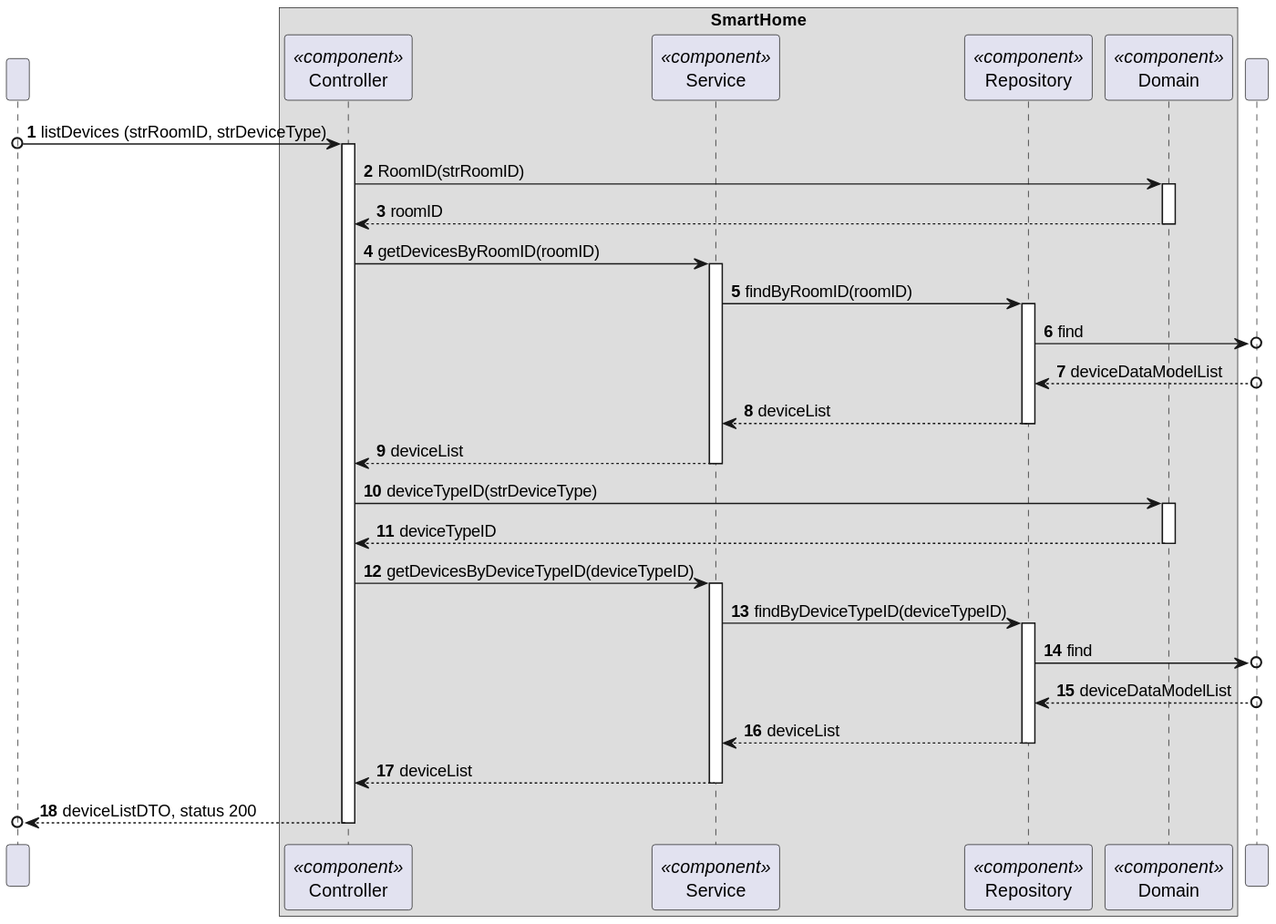
moutajDev/smarthome keeps this PlantUML diagram as docs/C4_4plus1_models/Level4/ProcessView/ProcessViewLevel4_UC12_v1.svg. Above is the earlier version.
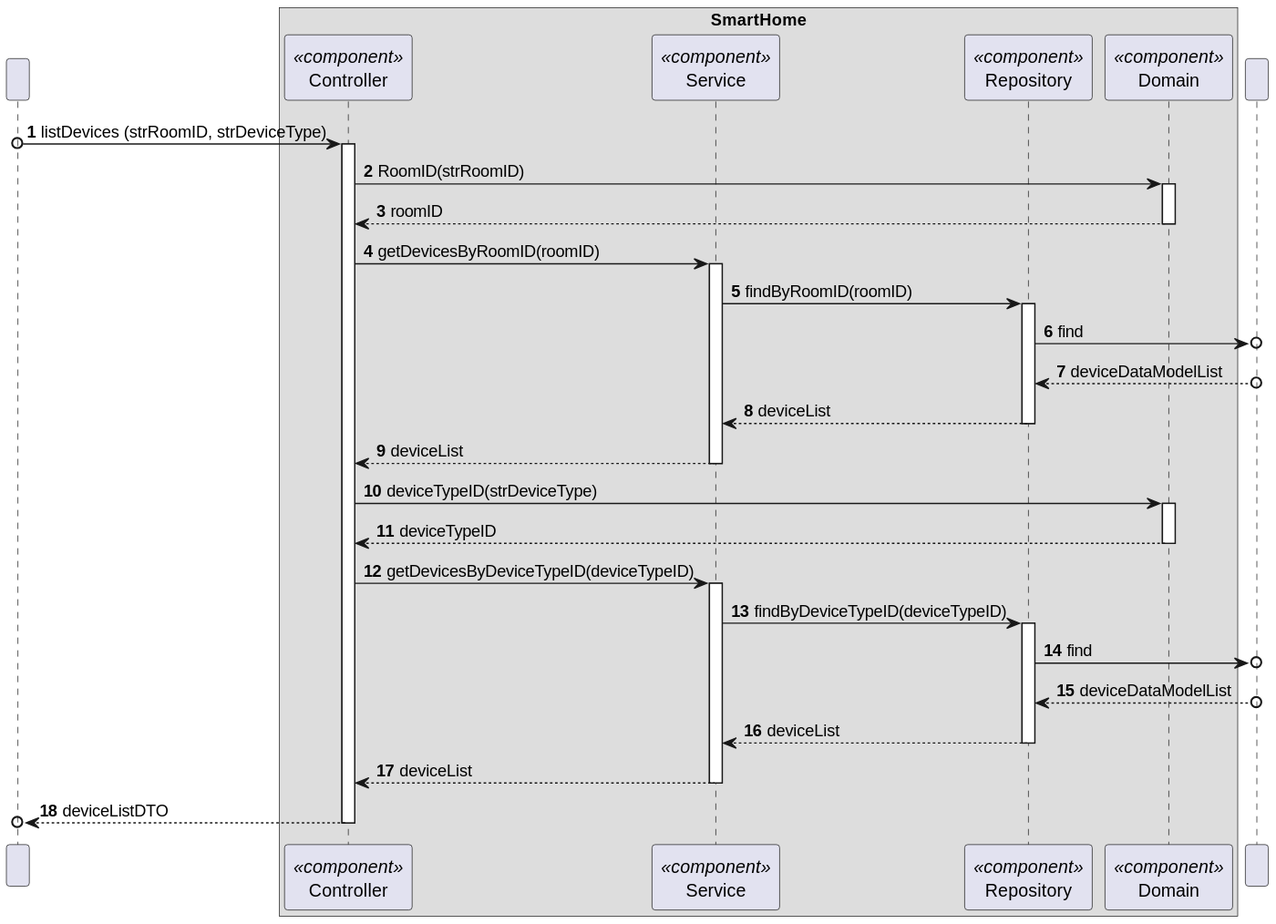
After the commit.

What changed in the source:
```diff
@@ -63,6 +63,6 @@
 SV --> CTRL : deviceList
 deactivate SV
 
-CTRL -->o User :deviceListDTO, status 200
+CTRL -->o User :deviceListDTO
 deactivate CTRL
 @enduml
```
